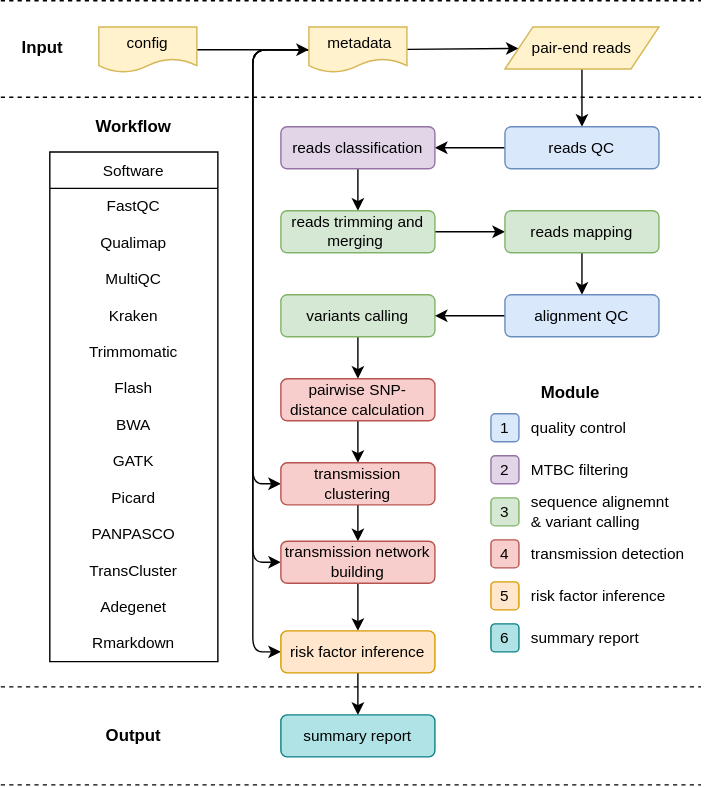
The draw.io diagram flowchart/flowchart.svg in cvn001/transflow, before a commit. Source tidied: cells renumbered, new cells last; positions are measured from the earlier drawing's top-left corner, leaving out a move shared by most shapes.
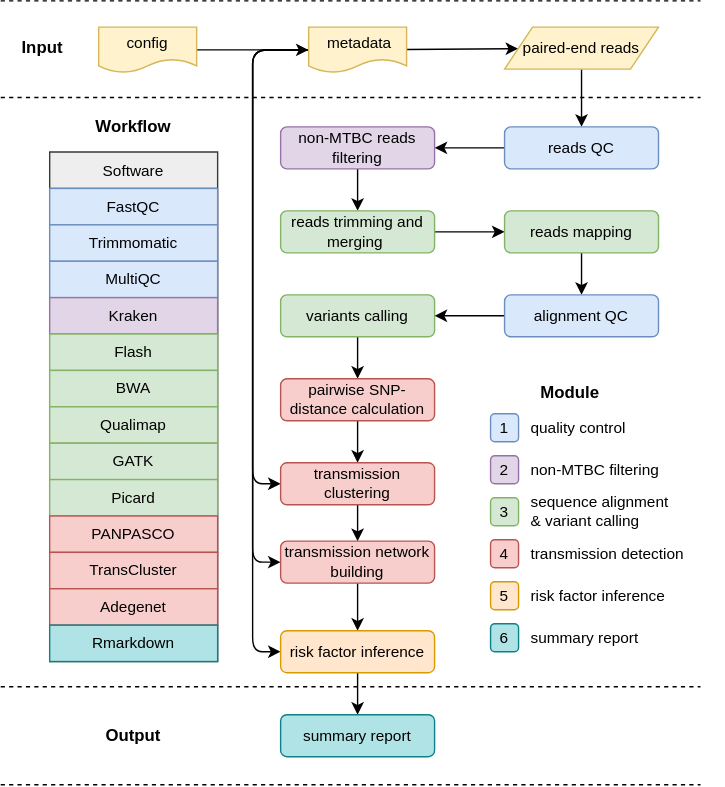
Later version of the same file.

The edit, as a diff of the source:
```diff
@@ -41,7 +41,7 @@
     <mxCell id="9" style="edgeStyle=orthogonalEdgeStyle;html=1;strokeWidth=1;comic=0;fontSize=11;fontFamily=Arial;" parent="1" edge="1" source="10" target="12">
       <mxGeometry relative="1" as="geometry" />
     </mxCell>
-    <mxCell id="10" value="&lt;font style=&quot;font-size: 11px;&quot;&gt;pair-end reads&lt;/font&gt;" style="shape=parallelogram;perimeter=parallelogramPerimeter;whiteSpace=wrap;html=1;fixedSize=1;fontSize=11;fillColor=#fff2cc;strokeColor=#d6b656;comic=0;fontFamily=Arial;" parent="1" vertex="1">
+    <mxCell id="10" value="&lt;font style=&quot;font-size: 11px&quot;&gt;paired-end reads&lt;/font&gt;" style="shape=parallelogram;perimeter=parallelogramPerimeter;whiteSpace=wrap;html=1;fixedSize=1;fontSize=11;fillColor=#fff2cc;strokeColor=#d6b656;comic=0;fontFamily=Arial;" parent="1" vertex="1">
       <mxGeometry x="360" y="18.8" width="110" height="30" as="geometry" />
     </mxCell>
     <mxCell id="11" style="edgeStyle=none;html=1;comic=0;fontSize=11;fontFamily=Arial;" parent="1" edge="1" source="12" target="14">
@@ -53,7 +53,7 @@
     <mxCell id="13" style="edgeStyle=none;html=1;comic=0;fontSize=11;fontFamily=Arial;" parent="1" edge="1" source="14" target="16">
       <mxGeometry relative="1" as="geometry" />
     </mxCell>
-    <mxCell id="14" value="&lt;font style=&quot;font-size: 11px;&quot;&gt;reads classification&lt;br style=&quot;font-size: 11px;&quot;&gt;&lt;/font&gt;" style="rounded=1;whiteSpace=wrap;html=1;fontSize=11;fillColor=#e1d5e7;strokeColor=#9673a6;comic=0;fontFamily=Arial;" parent="1" vertex="1">
+    <mxCell id="14" value="&lt;font style=&quot;font-size: 11px&quot;&gt;non-MTBC reads filtering&lt;br style=&quot;font-size: 11px&quot;&gt;&lt;/font&gt;" style="rounded=1;whiteSpace=wrap;html=1;fontSize=11;fillColor=#e1d5e7;strokeColor=#9673a6;comic=0;fontFamily=Arial;" parent="1" vertex="1">
       <mxGeometry x="200" y="90" width="110" height="30" as="geometry" />
     </mxCell>
     <mxCell id="15" style="edgeStyle=none;html=1;comic=0;fontSize=11;fontFamily=Arial;" parent="1" edge="1" source="16" target="18">
@@ -110,7 +110,7 @@
     <mxCell id="32" value="&lt;font style=&quot;font-size: 11px;&quot;&gt;3&lt;br style=&quot;font-size: 11px;&quot;&gt;&lt;/font&gt;" style="rounded=1;whiteSpace=wrap;html=1;fontSize=11;fillColor=#d5e8d4;strokeColor=#82b366;comic=0;fontFamily=Arial;" parent="1" vertex="1">
       <mxGeometry x="350" y="355" width="20" height="20" as="geometry" />
     </mxCell>
-    <mxCell id="33" value="MTBC filtering" style="text;html=1;strokeColor=none;fillColor=none;align=left;verticalAlign=middle;whiteSpace=wrap;rounded=0;fontSize=11;fontFamily=Arial;" parent="1" vertex="1">
+    <mxCell id="33" value="non-MTBC filtering" style="text;html=1;strokeColor=none;fillColor=none;align=left;verticalAlign=middle;whiteSpace=wrap;rounded=0;fontSize=11;fontFamily=Arial;" parent="1" vertex="1">
       <mxGeometry x="377" y="325" width="140" height="20" as="geometry" />
     </mxCell>
     <mxCell id="34" value="&lt;font style=&quot;font-size: 11px;&quot;&gt;4&lt;br style=&quot;font-size: 11px;&quot;&gt;&lt;/font&gt;" style="rounded=1;whiteSpace=wrap;html=1;fontSize=11;fillColor=#f8cecc;strokeColor=#b85450;comic=0;fontFamily=Arial;" parent="1" vertex="1">
@@ -125,7 +125,7 @@
     <mxCell id="37" value="risk factor inference" style="text;html=1;strokeColor=none;fillColor=none;align=left;verticalAlign=middle;whiteSpace=wrap;rounded=0;fontSize=11;fontFamily=Arial;" parent="1" vertex="1">
       <mxGeometry x="377" y="415" width="140" height="20" as="geometry" />
     </mxCell>
-    <mxCell id="38" value="sequence alignemnt &lt;br&gt;&amp;amp; variant calling" style="text;html=1;strokeColor=none;fillColor=none;align=left;verticalAlign=middle;whiteSpace=wrap;rounded=0;fontSize=11;fontFamily=Arial;" parent="1" vertex="1">
+    <mxCell id="38" value="sequence alignment &lt;br&gt;&amp;amp; variant calling" style="text;html=1;strokeColor=none;fillColor=none;align=left;verticalAlign=middle;whiteSpace=wrap;rounded=0;fontSize=11;fontFamily=Arial;" parent="1" vertex="1">
       <mxGeometry x="377" y="355" width="140" height="20" as="geometry" />
     </mxCell>
     <mxCell id="39" style="endArrow=none;dashed=1;html=1;edgeStyle=orthogonalEdgeStyle;fontSize=11;fontFamily=Arial;" parent="1" edge="1">
@@ -152,46 +152,46 @@
     <mxCell id="43" value="&lt;b&gt;&lt;font style=&quot;font-size: 12px&quot;&gt;Workflow&lt;/font&gt;&lt;/b&gt;" style="text;html=1;strokeColor=none;fillColor=none;align=center;verticalAlign=middle;whiteSpace=wrap;rounded=0;flipV=0;rotation=0;fontSize=11;fontFamily=Arial;" parent="1" vertex="1">
       <mxGeometry x="50" y="80" width="90" height="20" as="geometry" />
     </mxCell>
-    <mxCell id="44" value="Software" style="swimlane;fontStyle=0;horizontal=1;startSize=26;fontSize=11;align=center;swimlaneFillColor=none;fontFamily=Arial;" parent="1" vertex="1">
+    <mxCell id="44" value="Software" style="swimlane;fontStyle=0;horizontal=1;startSize=26;fontSize=11;align=center;swimlaneFillColor=none;fontFamily=Arial;fillColor=#eeeeee;strokeColor=#36393d;" parent="1" vertex="1">
       <mxGeometry x="35" y="108" width="120" height="364" as="geometry" />
     </mxCell>
-    <mxCell id="45" value="FastQC" style="text;strokeColor=none;fillColor=none;align=center;verticalAlign=top;spacingLeft=4;spacingRight=4;overflow=hidden;fontSize=11;fontFamily=Arial;" parent="44" vertex="1">
+    <mxCell id="45" value="FastQC" style="text;strokeColor=#6c8ebf;fillColor=#dae8fc;align=center;verticalAlign=top;spacingLeft=4;spacingRight=4;overflow=hidden;fontSize=11;fontFamily=Arial;" parent="44" vertex="1">
       <mxGeometry y="26" width="120" height="26" as="geometry" />
     </mxCell>
-    <mxCell id="46" value="Qualimap" style="text;strokeColor=none;fillColor=none;align=center;verticalAlign=top;spacingLeft=4;spacingRight=4;overflow=hidden;fontSize=11;fontFamily=Arial;" parent="44" vertex="1">
-      <mxGeometry y="52" width="120" height="26" as="geometry" />
-    </mxCell>
+    <mxCell id="49" value="Trimmomatic" style="text;strokeColor=#6c8ebf;fillColor=#dae8fc;align=center;verticalAlign=top;spacingLeft=4;spacingRight=4;overflow=hidden;fontSize=11;fontFamily=Arial;" parent="44" vertex="1">
+      <mxGeometry y="52" width="120" height="26" as="geometry" />
+    </mxCell>
-    <mxCell id="47" value="MultiQC" style="text;strokeColor=none;fillColor=none;align=center;verticalAlign=top;spacingLeft=4;spacingRight=4;overflow=hidden;fontSize=11;fontFamily=Arial;" parent="44" vertex="1">
+    <mxCell id="47" value="MultiQC" style="text;strokeColor=#6c8ebf;fillColor=#dae8fc;align=center;verticalAlign=top;spacingLeft=4;spacingRight=4;overflow=hidden;fontSize=11;fontFamily=Arial;" parent="44" vertex="1">
       <mxGeometry y="78" width="120" height="26" as="geometry" />
     </mxCell>
-    <mxCell id="48" value="Kraken" style="text;strokeColor=none;fillColor=none;align=center;verticalAlign=top;spacingLeft=4;spacingRight=4;overflow=hidden;fontSize=11;fontFamily=Arial;" parent="44" vertex="1">
+    <mxCell id="48" value="Kraken" style="text;strokeColor=#9673a6;fillColor=#e1d5e7;align=center;verticalAlign=top;spacingLeft=4;spacingRight=4;overflow=hidden;fontSize=11;fontFamily=Arial;" parent="44" vertex="1">
       <mxGeometry y="104" width="120" height="26" as="geometry" />
     </mxCell>
-    <mxCell id="49" value="Trimmomatic" style="text;strokeColor=none;fillColor=none;align=center;verticalAlign=top;spacingLeft=4;spacingRight=4;overflow=hidden;fontSize=11;fontFamily=Arial;" parent="44" vertex="1">
-      <mxGeometry y="130" width="120" height="26" as="geometry" />
-    </mxCell>
-    <mxCell id="50" value="Flash" style="text;strokeColor=none;fillColor=none;align=center;verticalAlign=top;spacingLeft=4;spacingRight=4;overflow=hidden;fontSize=11;fontFamily=Arial;" parent="44" vertex="1">
-      <mxGeometry y="156" width="120" height="26" as="geometry" />
+    <mxCell id="50" value="Flash" style="text;strokeColor=#82b366;fillColor=#d5e8d4;align=center;verticalAlign=top;spacingLeft=4;spacingRight=4;overflow=hidden;fontSize=11;fontFamily=Arial;" parent="44" vertex="1">
+      <mxGeometry y="130" width="120" height="26" as="geometry" />
     </mxCell>
-    <mxCell id="51" value="BWA" style="text;strokeColor=none;fillColor=none;align=center;verticalAlign=top;spacingLeft=4;spacingRight=4;overflow=hidden;fontSize=11;fontFamily=Arial;" parent="44" vertex="1">
-      <mxGeometry y="182" width="120" height="26" as="geometry" />
+    <mxCell id="51" value="BWA" style="text;strokeColor=#82b366;fillColor=#d5e8d4;align=center;verticalAlign=top;spacingLeft=4;spacingRight=4;overflow=hidden;fontSize=11;fontFamily=Arial;" parent="44" vertex="1">
+      <mxGeometry y="156" width="120" height="26" as="geometry" />
     </mxCell>
+    <mxCell id="46" value="Qualimap" style="text;strokeColor=#82b366;fillColor=#d5e8d4;align=center;verticalAlign=top;spacingLeft=4;spacingRight=4;overflow=hidden;fontSize=11;fontFamily=Arial;" parent="44" vertex="1">
+      <mxGeometry y="182" width="120" height="26" as="geometry" />
+    </mxCell>
-    <mxCell id="52" value="GATK" style="text;strokeColor=none;fillColor=none;align=center;verticalAlign=top;spacingLeft=4;spacingRight=4;overflow=hidden;fontSize=11;fontFamily=Arial;" parent="44" vertex="1">
+    <mxCell id="52" value="GATK" style="text;strokeColor=#82b366;fillColor=#d5e8d4;align=center;verticalAlign=top;spacingLeft=4;spacingRight=4;overflow=hidden;fontSize=11;fontFamily=Arial;" parent="44" vertex="1">
       <mxGeometry y="208" width="120" height="26" as="geometry" />
     </mxCell>
-    <mxCell id="53" value="Picard" style="text;strokeColor=none;fillColor=none;align=center;verticalAlign=top;spacingLeft=4;spacingRight=4;overflow=hidden;fontSize=11;fontFamily=Arial;" parent="44" vertex="1">
+    <mxCell id="53" value="Picard" style="text;strokeColor=#82b366;fillColor=#d5e8d4;align=center;verticalAlign=top;spacingLeft=4;spacingRight=4;overflow=hidden;fontSize=11;fontFamily=Arial;" parent="44" vertex="1">
       <mxGeometry y="234" width="120" height="26" as="geometry" />
     </mxCell>
-    <mxCell id="54" value="PANPASCO" style="text;strokeColor=none;fillColor=none;align=center;verticalAlign=top;spacingLeft=4;spacingRight=4;overflow=hidden;fontSize=11;fontFamily=Arial;" parent="44" vertex="1">
+    <mxCell id="54" value="PANPASCO" style="text;strokeColor=#b85450;fillColor=#f8cecc;align=center;verticalAlign=top;spacingLeft=4;spacingRight=4;overflow=hidden;fontSize=11;fontFamily=Arial;" parent="44" vertex="1">
       <mxGeometry y="260" width="120" height="26" as="geometry" />
     </mxCell>
-    <mxCell id="55" value="TransCluster" style="text;strokeColor=none;fillColor=none;align=center;verticalAlign=top;spacingLeft=4;spacingRight=4;overflow=hidden;fontSize=11;fontFamily=Arial;" parent="44" vertex="1">
+    <mxCell id="55" value="TransCluster" style="text;strokeColor=#b85450;fillColor=#f8cecc;align=center;verticalAlign=top;spacingLeft=4;spacingRight=4;overflow=hidden;fontSize=11;fontFamily=Arial;" parent="44" vertex="1">
       <mxGeometry y="286" width="120" height="26" as="geometry" />
     </mxCell>
-    <mxCell id="56" value="Adegenet" style="text;strokeColor=none;fillColor=none;align=center;verticalAlign=top;spacingLeft=4;spacingRight=4;overflow=hidden;fontSize=11;fontFamily=Arial;" parent="44" vertex="1">
+    <mxCell id="56" value="Adegenet" style="text;strokeColor=#b85450;fillColor=#f8cecc;align=center;verticalAlign=top;spacingLeft=4;spacingRight=4;overflow=hidden;fontSize=11;fontFamily=Arial;" parent="44" vertex="1">
       <mxGeometry y="312" width="120" height="26" as="geometry" />
     </mxCell>
-    <mxCell id="57" value="Rmarkdown" style="text;strokeColor=none;fillColor=none;align=center;verticalAlign=top;spacingLeft=4;spacingRight=4;overflow=hidden;fontSize=11;fontFamily=Arial;" parent="44" vertex="1">
+    <mxCell id="57" value="Rmarkdown" style="text;strokeColor=#0e8088;fillColor=#b0e3e6;align=center;verticalAlign=top;spacingLeft=4;spacingRight=4;overflow=hidden;fontSize=11;fontFamily=Arial;" parent="44" vertex="1">
       <mxGeometry y="338" width="120" height="26" as="geometry" />
     </mxCell>
     <mxCell id="58" value="&lt;font style=&quot;font-size: 11px&quot;&gt;summary report&lt;br style=&quot;font-size: 11px&quot;&gt;&lt;/font&gt;" style="rounded=1;whiteSpace=wrap;html=1;fontSize=11;fillColor=#b0e3e6;strokeColor=#0e8088;comic=0;fontFamily=Arial;" parent="1" vertex="1">
```
